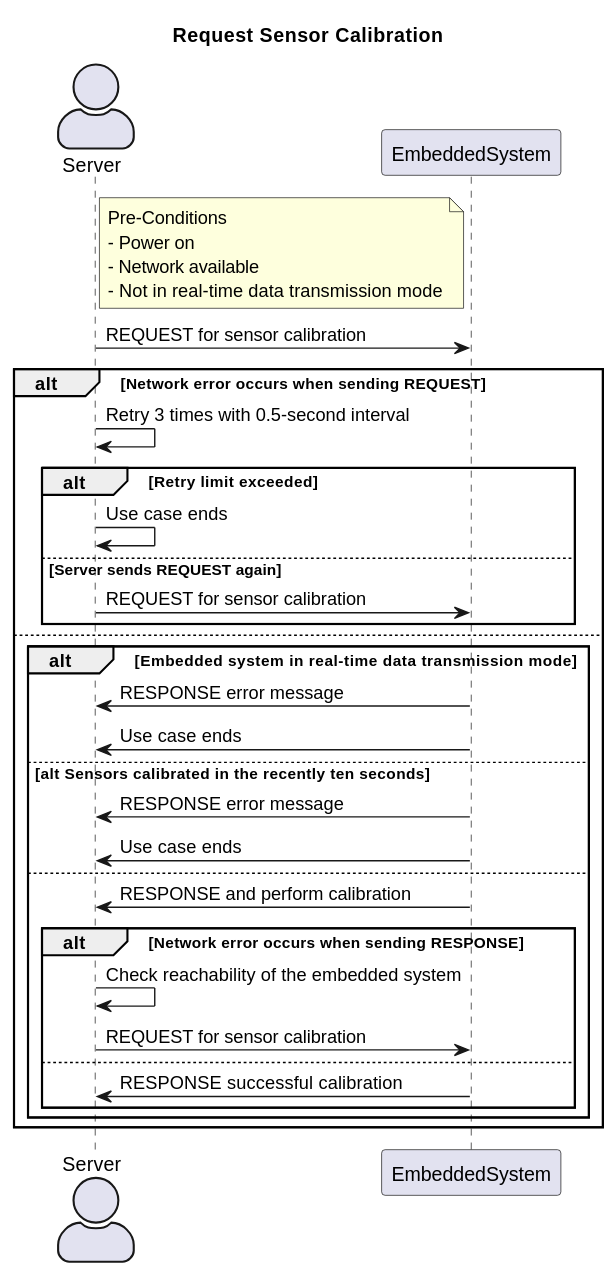
Earlier version of the PlantUML export project/RA/UseCasePack/SequenceDiagram/RequestSensorCalibration.svg (DSD-PIrates/DSD-PIrates.github.io).
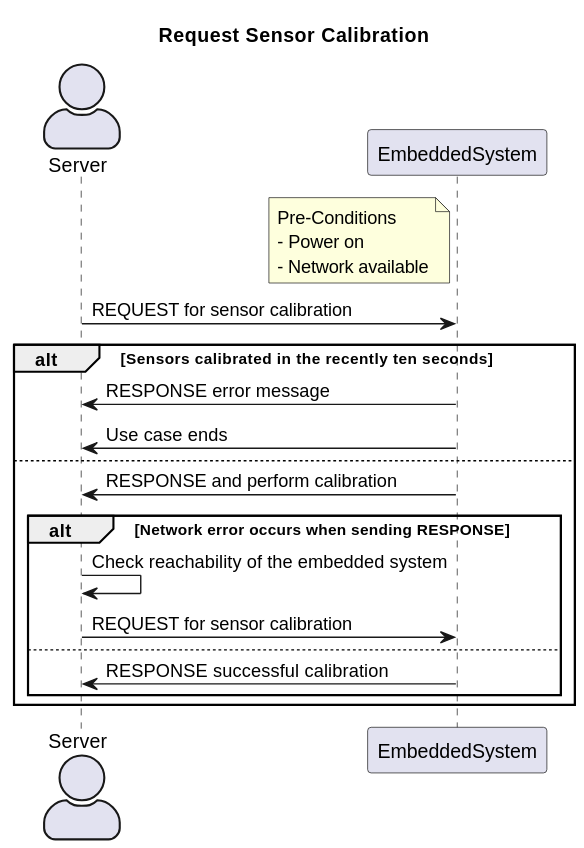
The same file after the commit.

Commit message:
delete one use case

Diff of the diagram source:
```diff
@@ -4,22 +4,11 @@
 actor Server
 participant EmbeddedSystem
 
-note left of EmbeddedSystem: Pre-Conditions\n- Power on\n- Network available\n- Not in real-time data transmission mode
+note left of EmbeddedSystem: Pre-Conditions\n- Power on\n- Network available
 
 Server -> EmbeddedSystem: REQUEST for sensor calibration
 
-alt Network error occurs when sending REQUEST
-    Server -> Server: Retry 3 times with 0.5-second interval
-    alt Retry limit exceeded
-        Server -> Server: Use case ends
-    else Server sends REQUEST again
-        Server -> EmbeddedSystem: REQUEST for sensor calibration
-    end
-else
-    alt Embedded system in real-time data transmission mode
-        EmbeddedSystem -> Server: RESPONSE error message
-        Server <- EmbeddedSystem: Use case ends
-    else alt Sensors calibrated in the recently ten seconds
+    alt Sensors calibrated in the recently ten seconds
         EmbeddedSystem -> Server: RESPONSE error message
         Server <- EmbeddedSystem: Use case ends
     else
@@ -31,6 +20,5 @@
             EmbeddedSystem -> Server: RESPONSE successful calibration
         end
     end
-end
 
 @enduml
```
